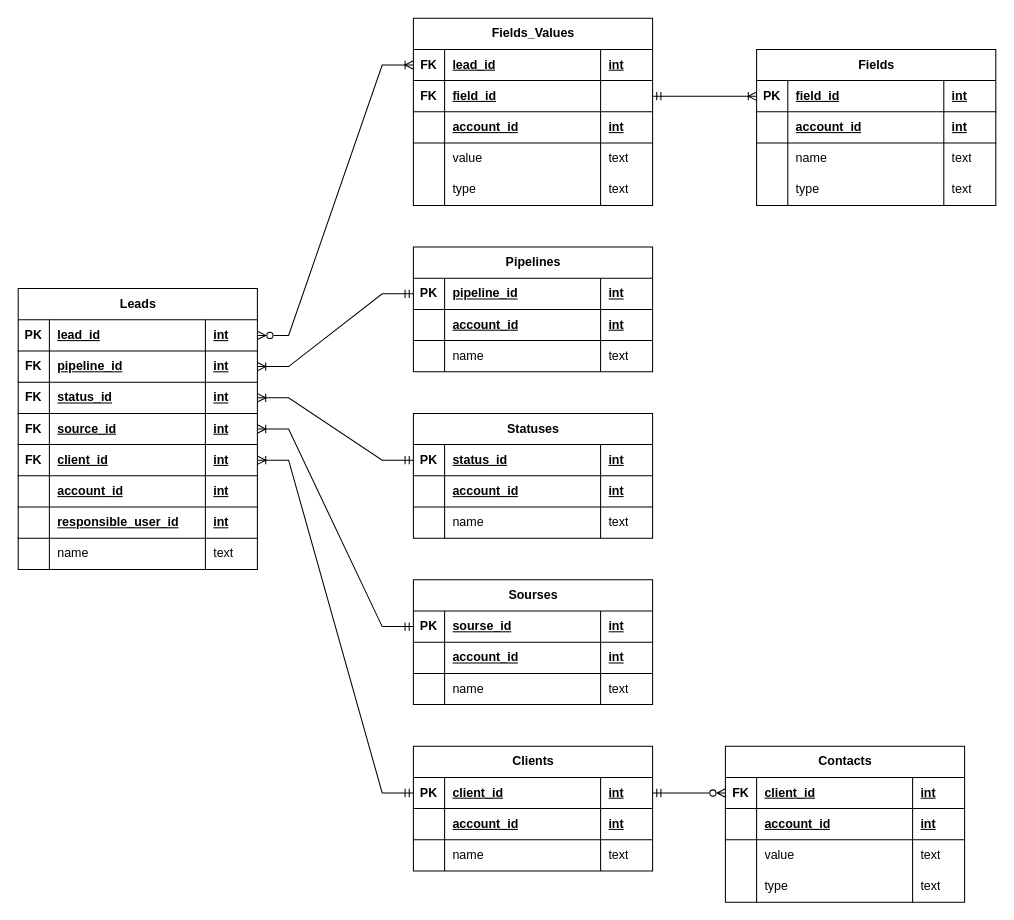
This is page "CRM_db" (5 of 5) of nestjs-crm.drawio from Ivan-Tyurin/nestjs-crm, a draw.io file, before an edit. Source tidied: cells renumbered, new cells numbered last; positions are measured from the earlier drawing's top-left corner, leaving out a move shared by most shapes. Both pictures are drawn from the tidied source at 104%, with x=0, y=0 at pixel (18, 18).
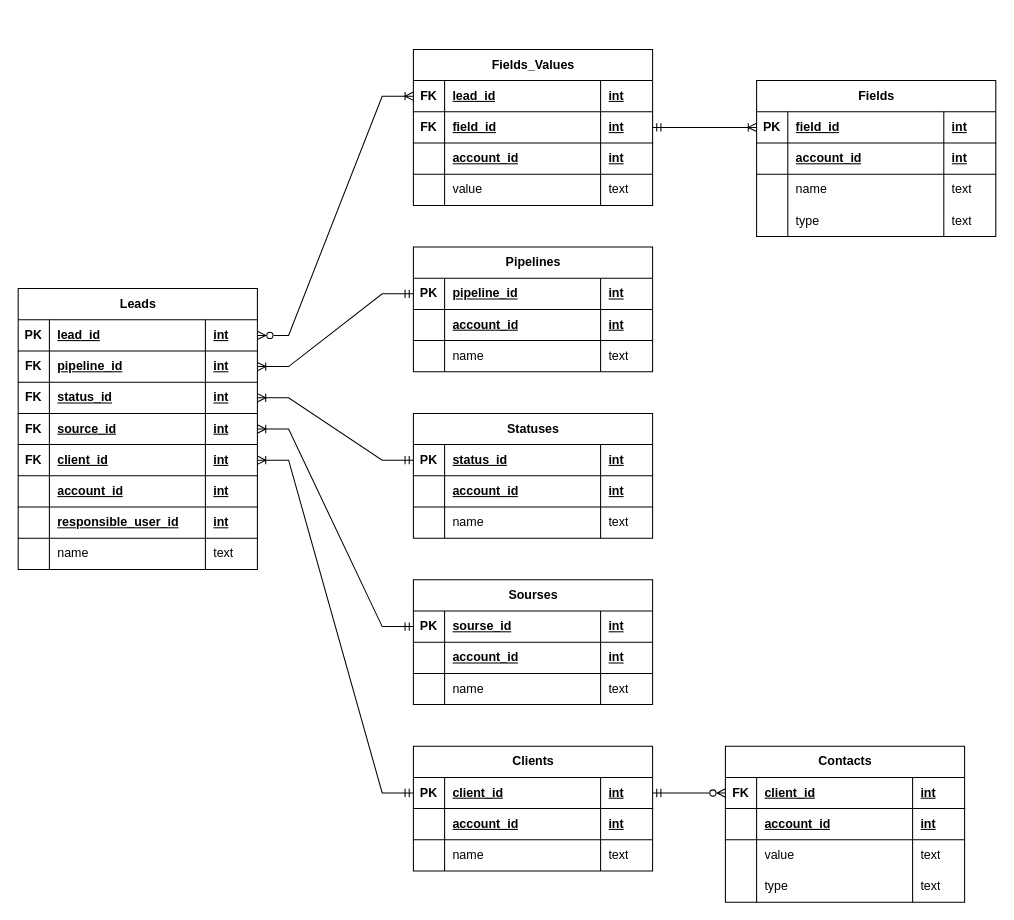
After the change.

The change refers to these unchanged cells:
```xml
<mxCell id="83" style="shape=tableRow;horizontal=0;startSize=0;swimlaneHead=0;swimlaneBody=0;fillColor=none;points=[[0,0.5],[1,0.5]];portConstraint=eastwest;top=0;left=0;right=0;bottom=1;" parent="78" vertex="1">
  <mxGeometry y="60" width="230" height="30" as="geometry" />
</mxCell>
```

Change to the diagram source:
```diff
@@
     <mxCell id="78" value="Fields_Values" style="shape=table;startSize=30;childLayout=tableLayout;rowLines=0;fontStyle=1;align=center;html=1;" parent="1" vertex="1">
-      <mxGeometry x="380" width="230" height="180" as="geometry" />
+      <mxGeometry x="380" y="30" width="230" height="150" as="geometry" />
     </mxCell>
@@
-    <mxCell id="86" style="shape=partialRectangle;fillColor=none;top=0;left=0;bottom=0;right=0;align=left;spacingLeft=6;fontStyle=5;overflow=hidden;whiteSpace=wrap;html=1;" parent="83" vertex="1">
+    <mxCell id="86" value="int" style="shape=partialRectangle;fillColor=none;top=0;left=0;bottom=0;right=0;align=left;spacingLeft=6;fontStyle=5;overflow=hidden;whiteSpace=wrap;html=1;" parent="83" vertex="1">
       <mxGeometry x="180" width="50" height="30" as="geometry" />
     </mxCell>
@@
-    <mxCell id="95" style="shape=tableRow;horizontal=0;startSize=0;swimlaneHead=0;swimlaneBody=0;fillColor=none;top=0;left=0;right=0;bottom=0;" parent="78" vertex="1">
-      <mxGeometry y="150" width="230" height="30" as="geometry" />
-    </mxCell>
-    <mxCell id="96" style="shape=partialRectangle;fillColor=none;top=0;left=0;bottom=0;right=0;overflow=hidden;whiteSpace=wrap;html=1;" parent="95" vertex="1">
-      <mxGeometry width="30" height="30" as="geometry" />
-    </mxCell>
-    <mxCell id="97" value="type" style="shape=partialRectangle;fillColor=none;top=0;left=0;bottom=0;right=0;align=left;spacingLeft=6;overflow=hidden;whiteSpace=wrap;html=1;" parent="95" vertex="1">
-      <mxGeometry x="30" width="150" height="30" as="geometry" />
-    </mxCell>
-    <mxCell id="98" value="text" style="shape=partialRectangle;fillColor=none;top=0;left=0;bottom=0;right=0;align=left;spacingLeft=6;overflow=hidden;whiteSpace=wrap;html=1;" parent="95" vertex="1">
-      <mxGeometry x="180" width="50" height="30" as="geometry" />
-    </mxCell>
     <mxCell id="99" value="Fields" style="shape=table;startSize=30;childLayout=tableLayout;rowLines=0;fontStyle=1;align=center;html=1;" parent="1" vertex="1">
-      <mxGeometry x="710" y="30" width="230" height="150" as="geometry" />
+      <mxGeometry x="710" y="60" width="230" height="150" as="geometry" />
     </mxCell>
```
